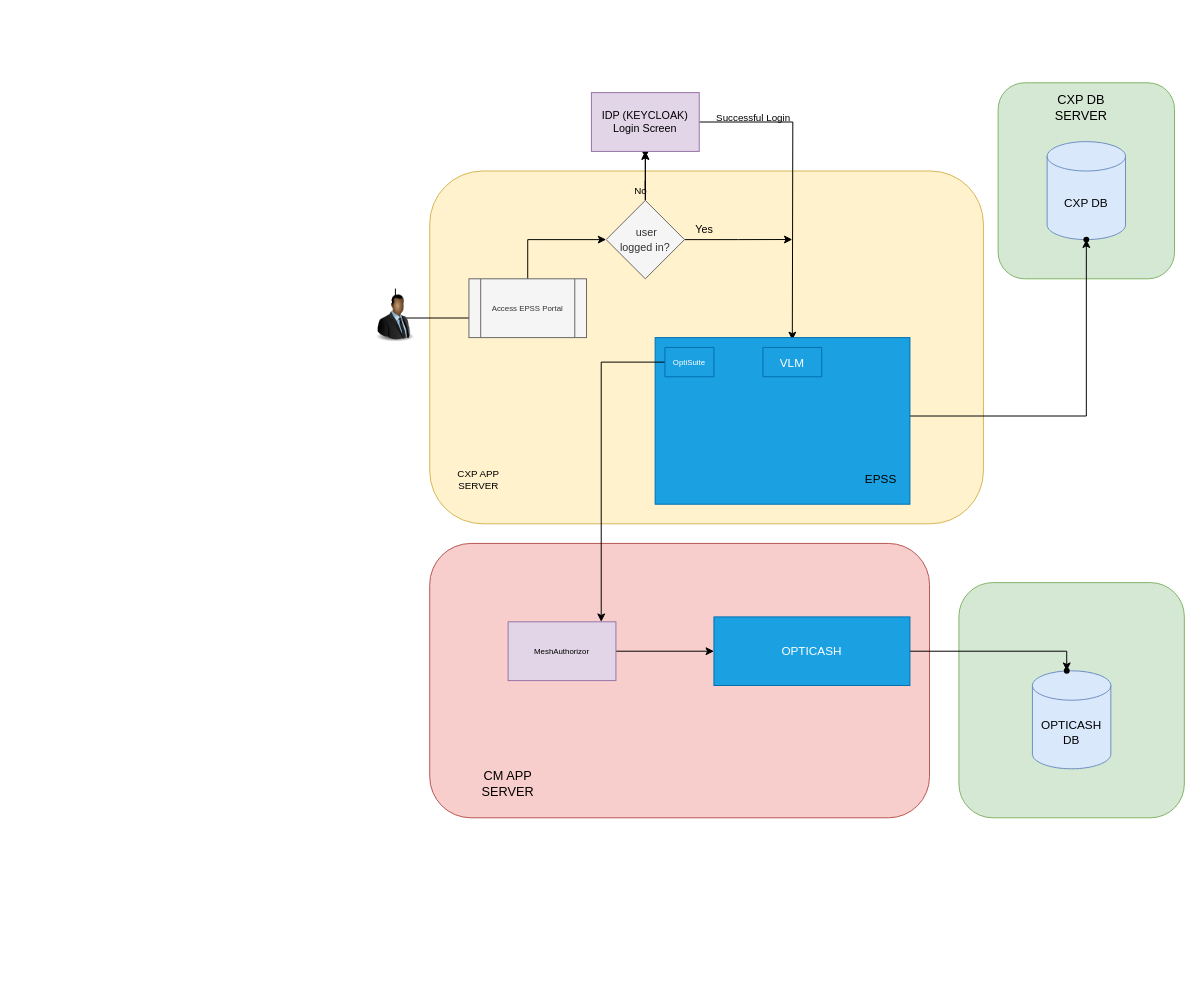
Before: img/Arc Diagram.drawio in daryllrebeiro/Score_ionic, a draw.io diagram. Source tidied: cells renumbered, new cells numbered last; positions are measured from the earlier drawing's top-left corner, leaving out a move shared by most shapes. Both pictures are drawn from the tidied source at 98%, with x=0, y=0 at pixel (370, 82).
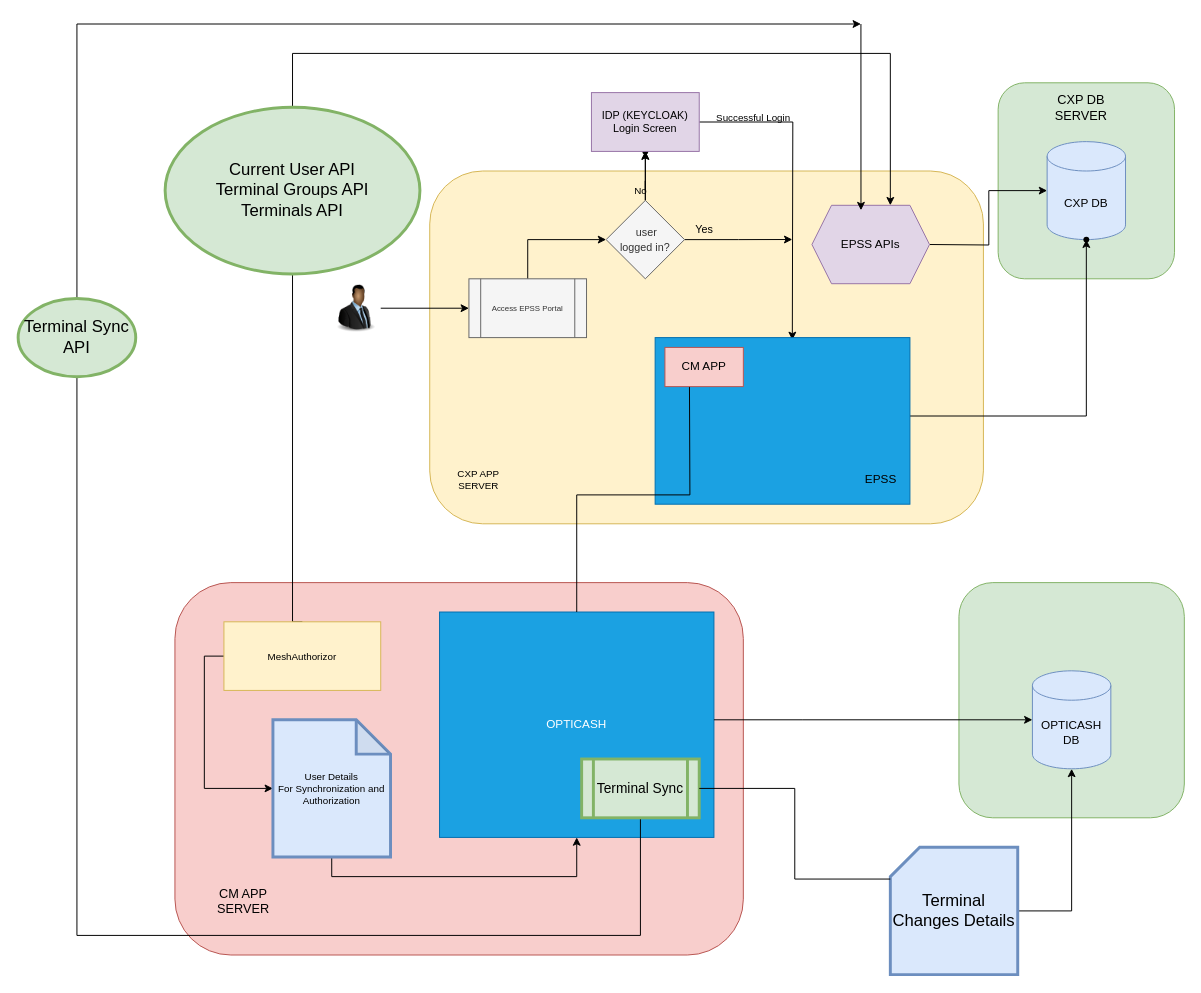
The same diagram, later.

The change refers to these unchanged cells:
```xml
<mxCell id="19" value="Access EPSS Portal" style="text;html=1;align=center;verticalAlign=middle;points=[];strokeColor=none;fillColor=none;fontSize=8;" parent="1" vertex="1">
  <mxGeometry x="110" y="230" width="100" height="20" as="geometry" />
</mxCell>
<mxCell id="22" value="Access EPSS Portal" style="shape=process;whiteSpace=wrap;html=1;backgroundOutline=1;fontSize=8;fillColor=#f5f5f5;fontColor=#333333;strokeColor=#666666;" parent="1" vertex="1">
  <mxGeometry x="100" y="200" width="120" height="60" as="geometry" />
</mxCell>
<mxCell id="31" value="CXP DB" style="shape=cylinder3;whiteSpace=wrap;html=1;boundedLbl=1;backgroundOutline=1;size=15;fontSize=12;fillColor=#dae8fc;strokeColor=#6c8ebf;" parent="1" vertex="1">
  <mxGeometry x="690" y="60" width="80" height="100" as="geometry" />
</mxCell>
<mxCell id="32" value="OPTICASH DB" style="shape=cylinder3;whiteSpace=wrap;html=1;boundedLbl=1;backgroundOutline=1;size=15;fontSize=12;fillColor=#dae8fc;strokeColor=#6c8ebf;" parent="1" vertex="1">
  <mxGeometry x="675" y="600" width="80" height="100" as="geometry" />
</mxCell>
```

Diff of the diagram source:
```diff
@@
+    <mxCell id="4" style="rounded=1;whiteSpace=wrap;html=1;fontSize=12;fillColor=#f8cecc;strokeColor=#b85450;" parent="1" vertex="1">
+      <mxGeometry x="-200" y="510" width="580" height="380" as="geometry" />
+    </mxCell>
+    <mxCell id="30" value="&lt;font style=&quot;font-size: 12px;&quot;&gt;OPTICASH&lt;/font&gt;" style="whiteSpace=wrap;html=1;fontSize=8;fontStyle=0;startSize=30;fillColor=#1ba1e2;fontColor=#ffffff;strokeColor=#006EAF;" parent="1" vertex="1">
+      <mxGeometry x="70" y="540" width="280" height="230" as="geometry" />
+    </mxCell>
@@
-    <mxCell id="4" style="rounded=1;whiteSpace=wrap;html=1;fontSize=12;fillColor=#f8cecc;strokeColor=#b85450;" parent="1" vertex="1">
-      <mxGeometry x="60" y="470" width="510" height="280" as="geometry" />
-    </mxCell>
@@
-    <mxCell id="6" style="edgeStyle=orthogonalEdgeStyle;rounded=0;jettySize=auto;html=1;exitX=0.5;exitY=0;exitDx=0;exitDy=0;entryX=0.563;entryY=1;entryDx=0;entryDy=0;entryPerimeter=0;" parent="1" edge="1" source="7" target="19">
-      <mxGeometry relative="1" as="geometry">
-        <Array as="points">
-          <mxPoint x="25" y="240" />
-          <mxPoint x="160" y="240" />
-          <mxPoint x="160" y="250" />
-        </Array>
-      </mxGeometry>
-    </mxCell>
+    <mxCell id="38" style="edgeStyle=orthogonalEdgeStyle;rounded=0;jettySize=auto;html=1;exitX=1;exitY=0.5;exitDx=0;exitDy=0;" parent="1" edge="1" source="7" target="22">
+      <mxGeometry relative="1" as="geometry" />
+    </mxCell>
     <mxCell id="7" style="image;html=1;image=img/lib/clip_art/people/Suit_Man_Black_128x128.png;" parent="1" vertex="1">
-      <mxGeometry y="210" width="50" height="60" as="geometry" />
+      <mxGeometry x="-40" y="200" width="50" height="60" as="geometry" />
     </mxCell>
@@
-    <mxCell id="23" style="edgeStyle=orthogonalEdgeStyle;rounded=0;jettySize=auto;html=1;" parent="1" edge="1" source="24" target="28">
-      <mxGeometry relative="1" as="geometry">
-        <Array as="points">
-          <mxPoint x="235" y="285" />
-        </Array>
-      </mxGeometry>
-    </mxCell>
-    <mxCell id="24" value="OptiSuite" style="swimlane;fontStyle=0;horizontal=1;startSize=30;fontSize=8;fillColor=#1ba1e2;fontColor=#ffffff;strokeColor=#006EAF;" parent="1" vertex="1" collapsed="1">
-      <mxGeometry x="300" y="270" width="50" height="30" as="geometry" />
-    </mxCell>
@@
-    <mxCell id="26" value="VLM" style="swimlane;fontStyle=0;horizontal=1;startSize=30;fillColor=#1ba1e2;fontColor=#ffffff;strokeColor=#006EAF;" parent="1" vertex="1" collapsed="1">
-      <mxGeometry x="400" y="270" width="60" height="30" as="geometry" />
-    </mxCell>
-    <mxCell id="27" style="edgeStyle=orthogonalEdgeStyle;rounded=0;jettySize=auto;html=1;" parent="1" edge="1" source="28" target="30">
-      <mxGeometry relative="1" as="geometry" />
-    </mxCell>
+    <mxCell id="39" style="edgeStyle=orthogonalEdgeStyle;rounded=0;jettySize=auto;html=1;exitX=0.5;exitY=0;exitDx=0;exitDy=0;entryX=0.5;entryY=0;entryDx=0;entryDy=0;" parent="1" edge="1" source="28">
+      <mxGeometry relative="1" as="geometry">
+        <mxPoint x="530" y="125" as="targetPoint" />
+        <Array as="points">
+          <mxPoint x="-80" y="550" />
+          <mxPoint x="-80" y="-30" />
+          <mxPoint x="530" y="-30" />
+        </Array>
+      </mxGeometry>
+    </mxCell>
+    <mxCell id="40" style="edgeStyle=orthogonalEdgeStyle;rounded=0;jettySize=auto;html=1;exitX=0;exitY=0.5;exitDx=0;exitDy=0;entryX=0;entryY=0.5;entryDx=0;entryDy=0;entryPerimeter=0;fontSize=10;" parent="1" edge="1" source="28" target="46">
+      <mxGeometry relative="1" as="geometry" />
+    </mxCell>
-    <mxCell id="28" value="MeshAuthorizor" style="whiteSpace=wrap;html=1;fontSize=8;fontStyle=0;startSize=30;fillColor=#e1d5e7;strokeColor=#9673a6;" parent="1" vertex="1">
-      <mxGeometry x="140" y="550" width="110" height="60" as="geometry" />
+    <mxCell id="28" value="&lt;font style=&quot;font-size: 10px;&quot;&gt;MeshAuthorizor&lt;/font&gt;" style="whiteSpace=wrap;html=1;fontSize=8;fontStyle=0;startSize=30;fillColor=#fff2cc;strokeColor=#d6b656;" parent="1" vertex="1">
+      <mxGeometry x="-150" y="550" width="160" height="70" as="geometry" />
     </mxCell>
-    <mxCell id="29" style="edgeStyle=orthogonalEdgeStyle;rounded=0;jettySize=auto;html=1;fontSize=12;" parent="1" edge="1" source="30" target="33">
+    <mxCell id="29" style="edgeStyle=orthogonalEdgeStyle;rounded=0;jettySize=auto;html=1;fontSize=12;entryX=0;entryY=0.5;entryDx=0;entryDy=0;entryPerimeter=0;" parent="1" edge="1" source="30" target="32">
       <mxGeometry relative="1" as="geometry">
         <Array as="points">
-          <mxPoint x="710" y="580" />
+          <mxPoint x="440" y="650" />
+          <mxPoint x="440" y="650" />
         </Array>
       </mxGeometry>
     </mxCell>
-    <mxCell id="30" value="&lt;font style=&quot;font-size: 12px;&quot;&gt;OPTICASH&lt;/font&gt;" style="whiteSpace=wrap;html=1;fontSize=8;fontStyle=0;startSize=30;fillColor=#1ba1e2;fontColor=#ffffff;strokeColor=#006EAF;" parent="1" vertex="1">
-      <mxGeometry x="350" y="545" width="200" height="70" as="geometry" />
-    </mxCell>
@@
-    <mxCell id="33" style="shape=waypoint;sketch=0;size=6;points=[];fillColor=default;perimeter=centerPerimeter;snapToPoint=1;fontSize=8;fontStyle=0;startSize=30;" parent="1" vertex="1">
-      <mxGeometry x="690" y="580" width="40" height="40" as="geometry" />
-    </mxCell>
@@
-    <mxCell id="35" value="&lt;font style=&quot;font-size: 13px;&quot;&gt;CM APP SERVER&lt;/font&gt;" style="text;html=1;strokeColor=none;fillColor=none;align=center;verticalAlign=middle;whiteSpace=wrap;rounded=0;fontSize=11;" parent="1" vertex="1">
-      <mxGeometry x="110" y="700" width="60" height="30" as="geometry" />
+    <mxCell id="35" value="&lt;font style=&quot;font-size: 13px;&quot;&gt;CM APP SERVER&lt;/font&gt;" style="text;html=1;strokeColor=none;fillColor=none;align=center;verticalAlign=middle;whiteSpace=wrap;rounded=0;fontSize=11;strokeWidth=3;" parent="1" vertex="1">
+      <mxGeometry x="-160" y="820" width="60" height="30" as="geometry" />
     </mxCell>
@@
+    <mxCell id="41" style="edgeStyle=orthogonalEdgeStyle;rounded=0;jettySize=auto;html=1;endArrow=none;" parent="1" edge="1" target="30">
+      <mxGeometry relative="1" as="geometry">
+        <mxPoint x="325" y="300" as="sourcePoint" />
+      </mxGeometry>
+    </mxCell>
+    <mxCell id="42" style="edgeStyle=orthogonalEdgeStyle;rounded=0;jettySize=auto;html=1;entryX=0;entryY=0.5;entryDx=0;entryDy=0;entryPerimeter=0;" parent="1" edge="1" target="31">
+      <mxGeometry relative="1" as="geometry">
+        <mxPoint x="570" y="165" as="sourcePoint" />
+      </mxGeometry>
+    </mxCell>
+    <mxCell id="43" value="EPSS APIs" style="shape=hexagon;perimeter=hexagonPerimeter2;whiteSpace=wrap;html=1;fixedSize=1;fillColor=#e1d5e7;strokeColor=#9673a6;" parent="1" vertex="1">
+      <mxGeometry x="450" y="125" width="120" height="80" as="geometry" />
+    </mxCell>
+    <mxCell id="44" value="CM APP" style="rounded=0;whiteSpace=wrap;html=1;fillColor=#f8cecc;strokeColor=#b85450;" parent="1" vertex="1">
+      <mxGeometry x="300" y="270" width="80" height="40" as="geometry" />
+    </mxCell>
+    <mxCell id="45" style="edgeStyle=orthogonalEdgeStyle;rounded=0;jettySize=auto;html=1;exitX=0.5;exitY=1;exitDx=0;exitDy=0;exitPerimeter=0;entryX=0.5;entryY=1;entryDx=0;entryDy=0;fontSize=10;" parent="1" edge="1" source="46" target="30">
+      <mxGeometry relative="1" as="geometry" />
+    </mxCell>
+    <mxCell id="46" value="User Details&lt;br&gt;For Synchronization and Authorization" style="shape=note;whiteSpace=wrap;html=1;backgroundOutline=1;darkOpacity=0.05;strokeWidth=3;fontSize=10;fillColor=#dae8fc;strokeColor=#6c8ebf;size=35;" parent="1" vertex="1">
+      <mxGeometry x="-100" y="650" width="120" height="140" as="geometry" />
+    </mxCell>
+    <mxCell id="47" style="edgeStyle=orthogonalEdgeStyle;rounded=0;jettySize=auto;html=1;exitX=0.5;exitY=1;exitDx=0;exitDy=0;fontSize=14;" parent="1" edge="1" source="49">
+      <mxGeometry relative="1" as="geometry">
+        <mxPoint x="500" y="-60" as="targetPoint" />
+        <Array as="points">
+          <mxPoint x="275" y="870" />
+          <mxPoint x="-300" y="870" />
+        </Array>
+      </mxGeometry>
+    </mxCell>
+    <mxCell id="48" style="edgeStyle=orthogonalEdgeStyle;rounded=0;jettySize=auto;html=1;exitX=1;exitY=0.5;exitDx=0;exitDy=0;entryX=0.5;entryY=1;entryDx=0;entryDy=0;entryPerimeter=0;fontSize=14;startArrow=none;" parent="1" edge="1" source="51" target="32">
+      <mxGeometry relative="1" as="geometry" />
+    </mxCell>
+    <mxCell id="49" value="&lt;font style=&quot;font-size: 14px;&quot;&gt;Terminal Sync&lt;/font&gt;" style="shape=process;whiteSpace=wrap;html=1;backgroundOutline=1;strokeWidth=3;fontSize=10;fillColor=#d5e8d4;strokeColor=#82b366;" parent="1" vertex="1">
+      <mxGeometry x="215" y="690" width="120" height="60" as="geometry" />
+    </mxCell>
+    <mxCell id="50" style="endArrow=classic;html=1;rounded=0;fontSize=14;entryX=0.417;entryY=0.063;entryDx=0;entryDy=0;entryPerimeter=0;" parent="1" edge="1" target="43">
+      <mxGeometry relative="1" as="geometry">
+        <mxPoint x="500" y="-60" as="sourcePoint" />
+      </mxGeometry>
+    </mxCell>
+    <mxCell id="51" value="&lt;font style=&quot;font-size: 17px;&quot;&gt;Terminal Changes Details&lt;/font&gt;" style="shape=card;whiteSpace=wrap;html=1;strokeWidth=3;fontSize=14;fillColor=#dae8fc;strokeColor=#6c8ebf;" parent="1" vertex="1">
+      <mxGeometry x="530" y="780" width="130" height="130" as="geometry" />
+    </mxCell>
+    <mxCell id="52" style="edgeStyle=orthogonalEdgeStyle;rounded=0;jettySize=auto;html=1;exitX=1;exitY=0.5;exitDx=0;exitDy=0;entryX=0;entryY=0;entryDx=0;entryDy=32.5;entryPerimeter=0;fontSize=14;endArrow=none;" parent="1" edge="1" source="49" target="51">
+      <mxGeometry relative="1" as="geometry" />
+    </mxCell>
+    <mxCell id="53" value="Terminal Sync API" style="ellipse;whiteSpace=wrap;html=1;strokeWidth=3;fontSize=17;fillColor=#d5e8d4;strokeColor=#82b366;" parent="1" vertex="1">
+      <mxGeometry x="-360" y="220" width="120" height="80" as="geometry" />
+    </mxCell>
+    <mxCell id="54" value="Current User API&lt;br&gt;Terminal Groups API&lt;br&gt;Terminals API" style="ellipse;whiteSpace=wrap;html=1;strokeWidth=3;fontSize=17;fillColor=#d5e8d4;strokeColor=#82b366;" parent="1" vertex="1">
+      <mxGeometry x="-210" y="25" width="260" height="170" as="geometry" />
+    </mxCell>
```
